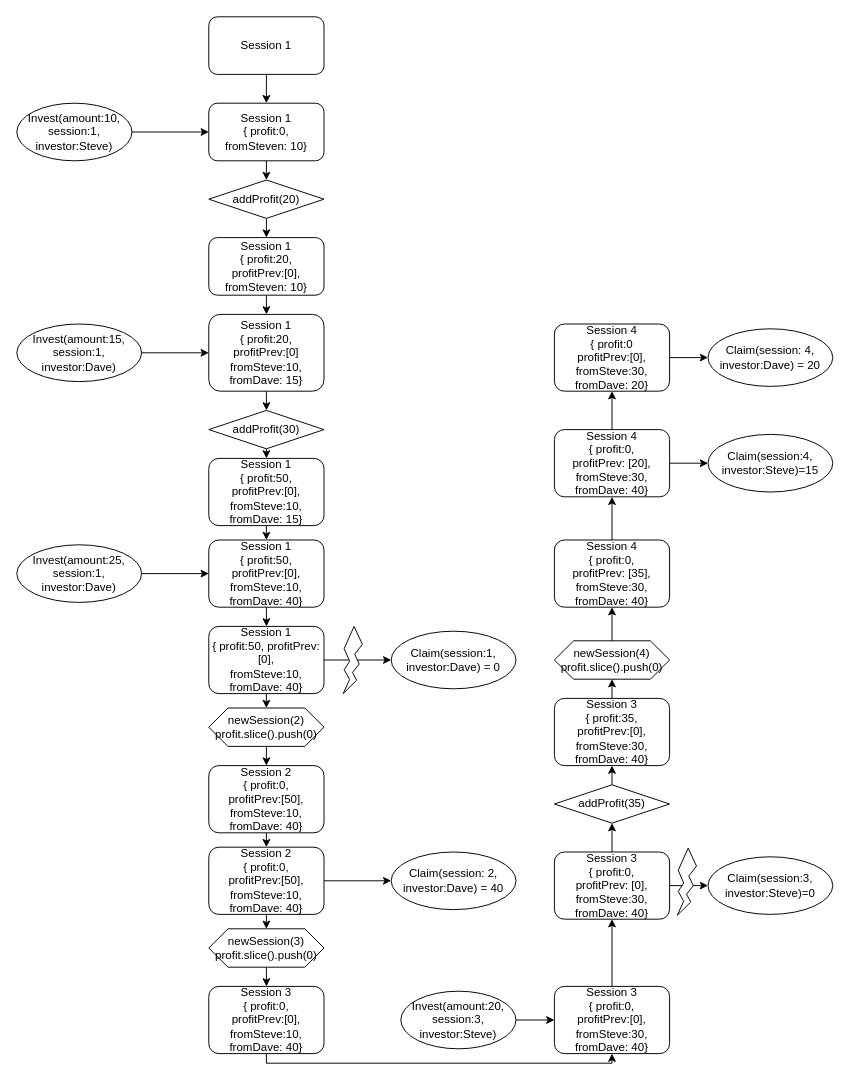
Before: page "Test_MaxClaimableSession=1" (2 of 3) of Example1.drawio in ChihHaoChen/thundercoreProfit, a draw.io diagram. Source tidied: cells renumbered, new cells numbered last; positions are measured from the earlier drawing's top-left corner, leaving out a move shared by most shapes. Both pictures are drawn from the tidied source at 96%, with x=0, y=0 at pixel (16, 16).
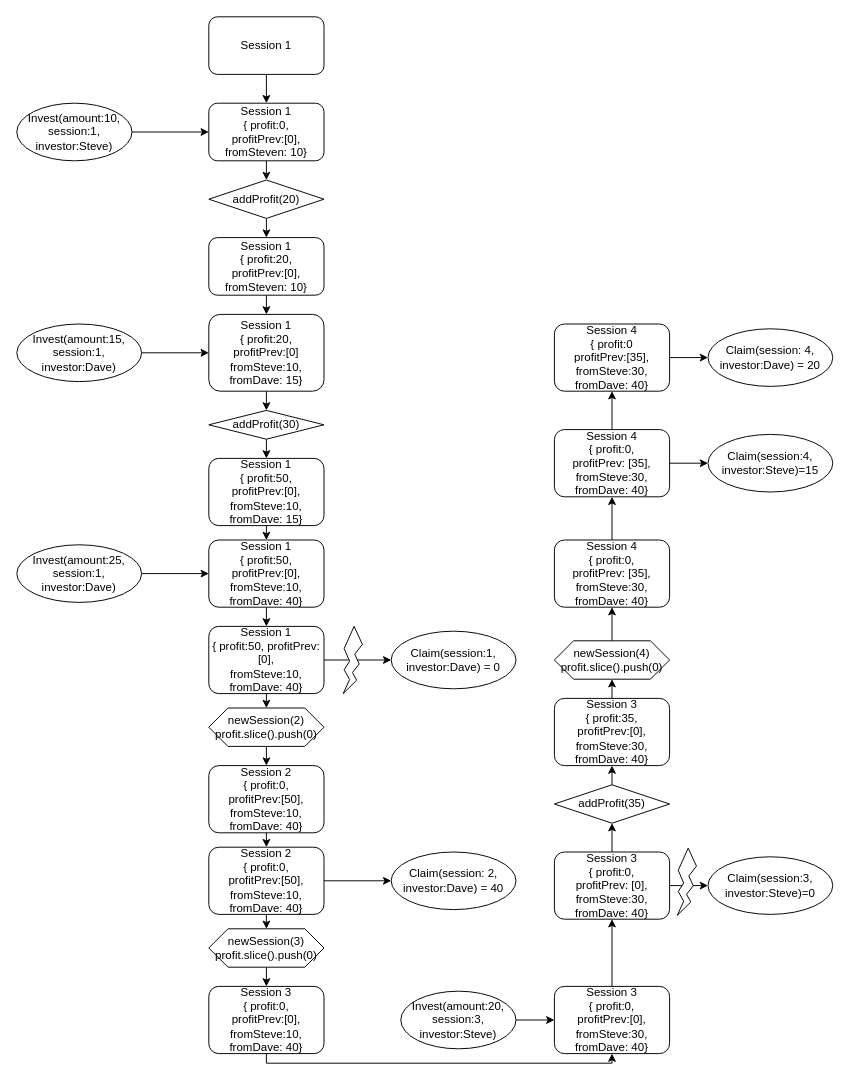
The same page after the edit.

Change to the diagram source:
```diff
@@
-    <mxCell id="5" value="&lt;div&gt;Session 1&lt;/div&gt;&lt;div&gt;{ profit:0,&lt;/div&gt;&lt;div&gt;fromSteven: 10}&lt;br&gt;&lt;/div&gt;" style="rounded=1;whiteSpace=wrap;html=1;" parent="1" vertex="1">
+    <mxCell id="5" value="&lt;div&gt;Session 1&lt;/div&gt;&lt;div&gt;{ profit:0,&lt;/div&gt;&lt;div&gt;profitPrev:[0],&lt;br&gt;&lt;/div&gt;&lt;div&gt;fromSteven: 10}&lt;br&gt;&lt;/div&gt;" style="rounded=1;whiteSpace=wrap;html=1;" parent="1" vertex="1">
       <mxGeometry x="200" y="90" width="120" height="60" as="geometry" />
     </mxCell>
@@
     <mxCell id="17" value="addProfit(30)" style="rhombus;whiteSpace=wrap;html=1;" parent="1" vertex="1">
-      <mxGeometry x="200" y="410" width="120" height="40" as="geometry" />
+      <mxGeometry x="200" y="410" width="120" height="30" as="geometry" />
     </mxCell>
@@
-    <mxCell id="52" value="&lt;div&gt;Session 4&lt;br&gt;&lt;/div&gt;&lt;div&gt;{ profit:0,&lt;br&gt;&lt;/div&gt;&lt;div&gt;profitPrev: [20],&lt;/div&gt;&lt;div&gt;fromSteve:30,&lt;/div&gt;&lt;div&gt;fromDave: 40}&lt;br&gt;&lt;/div&gt;" style="rounded=1;whiteSpace=wrap;html=1;" parent="1" vertex="1">
+    <mxCell id="52" value="&lt;div&gt;Session 4&lt;br&gt;&lt;/div&gt;&lt;div&gt;{ profit:0,&lt;br&gt;&lt;/div&gt;&lt;div&gt;profitPrev: [35],&lt;/div&gt;&lt;div&gt;fromSteve:30,&lt;/div&gt;&lt;div&gt;fromDave: 40}&lt;br&gt;&lt;/div&gt;" style="rounded=1;whiteSpace=wrap;html=1;" parent="1" vertex="1">
       <mxGeometry x="560" y="430" width="120" height="70" as="geometry" />
     </mxCell>
@@
-    <mxCell id="55" value="&lt;div&gt;Session 4&lt;br&gt;&lt;/div&gt;&lt;div&gt;{ profit:0&lt;br&gt;&lt;/div&gt;&lt;div&gt;profitPrev:[0],&lt;/div&gt;&lt;div&gt;fromSteve:30,&lt;/div&gt;&lt;div&gt;fromDave: 20}&lt;br&gt;&lt;/div&gt;" style="rounded=1;whiteSpace=wrap;html=1;" parent="1" vertex="1">
+    <mxCell id="55" value="&lt;div&gt;Session 4&lt;br&gt;&lt;/div&gt;&lt;div&gt;{ profit:0&lt;br&gt;&lt;/div&gt;&lt;div&gt;profitPrev:[35],&lt;/div&gt;&lt;div&gt;fromSteve:30,&lt;/div&gt;&lt;div&gt;fromDave: 40}&lt;br&gt;&lt;/div&gt;" style="rounded=1;whiteSpace=wrap;html=1;" parent="1" vertex="1">
       <mxGeometry x="560" y="320" width="120" height="70" as="geometry" />
     </mxCell>
```
